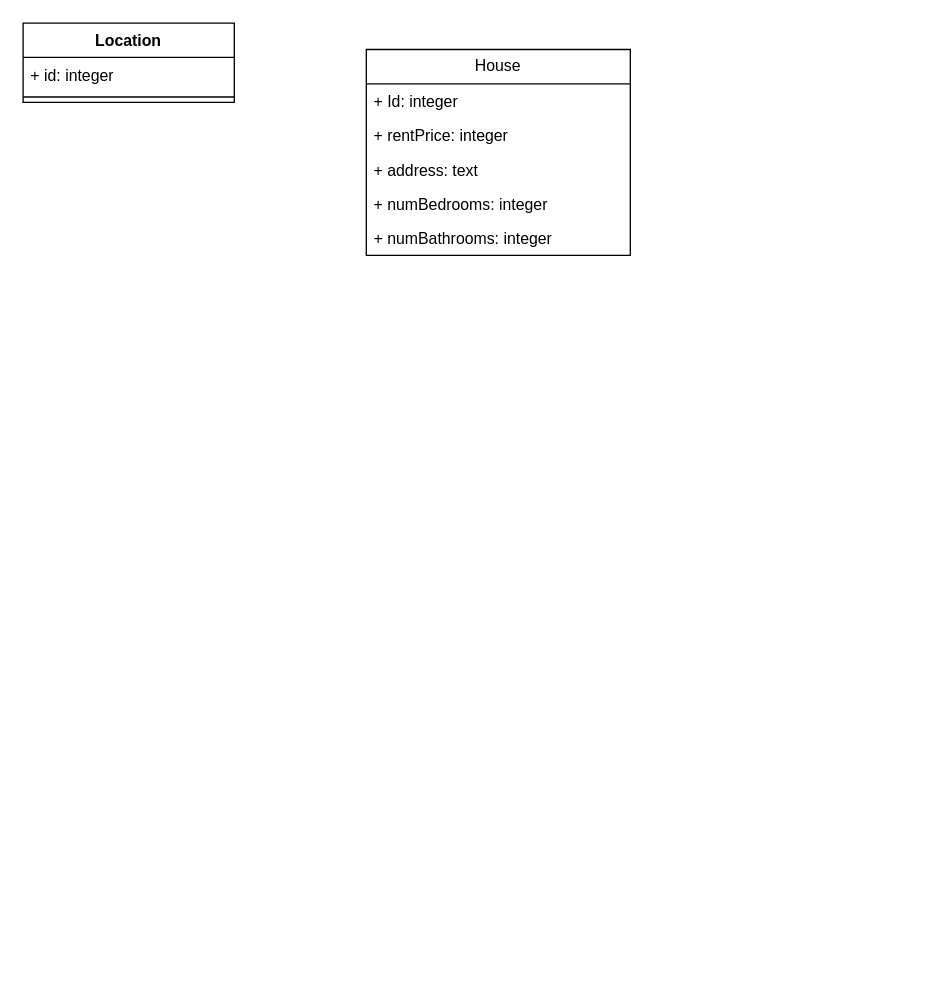
The draw.io diagram Untitled Diagram.drawio in sidofdountio/house-for-rent-backend, before the edit. Source tidied: cells renumbered, new cells numbered last; positions are measured from the earlier drawing's top-left corner, leaving out a move shared by most shapes. Both pictures are drawn from the tidied source at 132%, with x=0, y=0 at pixel (22, 22).
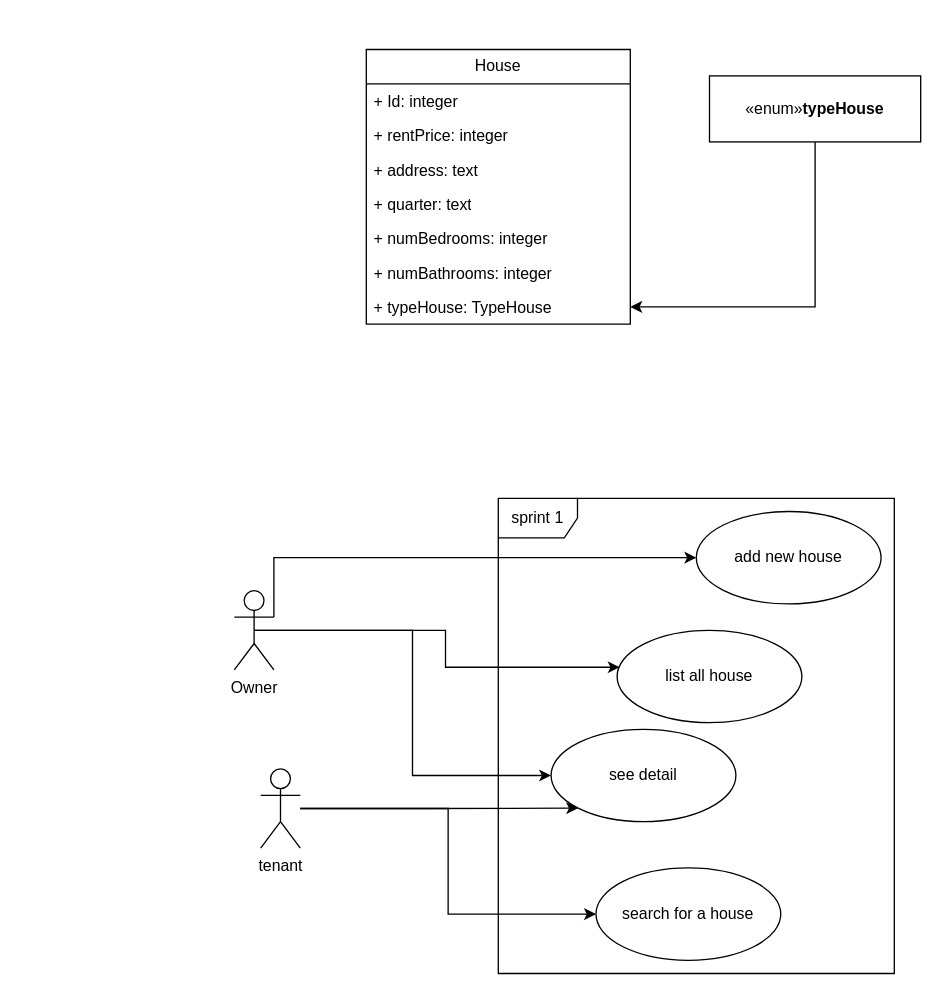
The same diagram, later.

The edit, as a diff of the source:
```diff
@@
     <mxCell id="2" value="House" style="swimlane;fontStyle=0;horizontal=1;startSize=26;fillColor=none;whiteSpace=wrap;html=1;" parent="1" vertex="1">
-      <mxGeometry x="260" y="20" width="200" height="156" as="geometry" />
+      <mxGeometry x="260" y="20" width="200" height="208" as="geometry" />
     </mxCell>
@@
+    <mxCell id="11" value="+ quarter: text" style="text;strokeColor=none;fillColor=none;align=left;verticalAlign=top;spacingLeft=4;spacingRight=4;overflow=hidden;whiteSpace=wrap;html=1;" parent="2" vertex="1">
+      <mxGeometry y="104" width="200" height="26" as="geometry" />
+    </mxCell>
     <mxCell id="6" value="+ numBedrooms: integer" style="text;strokeColor=none;fillColor=none;align=left;verticalAlign=top;spacingLeft=4;spacingRight=4;overflow=hidden;whiteSpace=wrap;html=1;" parent="2" vertex="1">
-      <mxGeometry y="104" width="200" height="26" as="geometry" />
+      <mxGeometry y="130" width="200" height="26" as="geometry" />
     </mxCell>
     <mxCell id="7" value="+ numBathrooms: integer" style="text;strokeColor=none;fillColor=none;align=left;verticalAlign=top;spacingLeft=4;spacingRight=4;overflow=hidden;whiteSpace=wrap;html=1;" parent="2" vertex="1">
-      <mxGeometry y="130" width="200" height="26" as="geometry" />
+      <mxGeometry y="156" width="200" height="26" as="geometry" />
     </mxCell>
-    <mxCell id="8" value="Location" style="swimlane;fontStyle=1;align=center;verticalAlign=top;horizontal=1;startSize=26;whiteSpace=wrap;html=1;" parent="1" vertex="1">
-      <mxGeometry width="160" height="60" as="geometry" />
-    </mxCell>
-    <mxCell id="9" value="+ id: integer" style="text;strokeColor=none;fillColor=none;align=left;verticalAlign=top;spacingLeft=4;spacingRight=4;overflow=hidden;whiteSpace=wrap;html=1;" parent="8" vertex="1">
-      <mxGeometry y="26" width="160" height="26" as="geometry" />
-    </mxCell>
-    <mxCell id="10" style="line;strokeWidth=1;fillColor=none;align=left;verticalAlign=middle;spacingTop=-1;spacingLeft=3;spacingRight=3;labelPosition=right;strokeColor=inherit;" parent="8" vertex="1">
-      <mxGeometry y="52" width="160" height="8" as="geometry" />
-    </mxCell>
+    <mxCell id="12" value="+ typeHouse: TypeHouse " style="text;strokeColor=none;fillColor=none;align=left;verticalAlign=top;spacingLeft=4;spacingRight=4;overflow=hidden;points=[[0,0.5],[1,0.5]];portConstraint=eastwest;whiteSpace=wrap;html=1;" parent="2" vertex="1">
+      <mxGeometry y="182" width="200" height="26" as="geometry" />
+    </mxCell>
+    <mxCell id="13" style="edgeStyle=orthogonalEdgeStyle;rounded=0;jettySize=auto;html=1;entryX=1;entryY=0.5;entryDx=0;entryDy=0;" parent="1" edge="1" source="14" target="12">
+      <mxGeometry relative="1" as="geometry" />
+    </mxCell>
+    <mxCell id="14" value="«enum»&lt;b&gt;typeHouse&lt;/b&gt;&lt;br&gt;&lt;b&gt;&lt;/b&gt;" style="html=1;whiteSpace=wrap;" parent="1" vertex="1">
+      <mxGeometry x="520" y="40" width="160" height="50" as="geometry" />
+    </mxCell>
+    <mxCell id="15" style="edgeStyle=orthogonalEdgeStyle;rounded=0;jettySize=auto;html=1;exitX=1;exitY=0.3333333333333333;exitDx=0;exitDy=0;exitPerimeter=0;entryX=0;entryY=0.5;entryDx=0;entryDy=0;" parent="1" edge="1" source="17" target="19">
+      <mxGeometry relative="1" as="geometry">
+        <Array as="points">
+          <mxPoint x="190" y="405" />
+        </Array>
+      </mxGeometry>
+    </mxCell>
+    <mxCell id="16" style="edgeStyle=orthogonalEdgeStyle;rounded=0;jettySize=auto;html=1;exitX=0.5;exitY=0.5;exitDx=0;exitDy=0;exitPerimeter=0;entryX=0;entryY=0.5;entryDx=0;entryDy=0;" parent="1" edge="1" source="17" target="22">
+      <mxGeometry relative="1" as="geometry" />
+    </mxCell>
+    <mxCell id="17" value="Owner" style="shape=umlActor;verticalLabelPosition=bottom;verticalAlign=top;html=1;" parent="1" vertex="1">
+      <mxGeometry x="160" y="430" width="30" height="60" as="geometry" />
+    </mxCell>
+    <mxCell id="18" value="sprint 1" style="shape=umlFrame;whiteSpace=wrap;html=1;" parent="1" vertex="1">
+      <mxGeometry x="360" y="360" width="300" height="360" as="geometry" />
+    </mxCell>
+    <mxCell id="19" value="add new house" style="ellipse;whiteSpace=wrap;html=1;" parent="1" vertex="1">
+      <mxGeometry x="510" y="370" width="140" height="70" as="geometry" />
+    </mxCell>
+    <mxCell id="20" value="list all house " style="ellipse;whiteSpace=wrap;html=1;" parent="1" vertex="1">
+      <mxGeometry x="450" y="460" width="140" height="70" as="geometry" />
+    </mxCell>
+    <mxCell id="21" value="search for a house" style="ellipse;whiteSpace=wrap;html=1;" parent="1" vertex="1">
+      <mxGeometry x="434" y="640" width="140" height="70" as="geometry" />
+    </mxCell>
+    <mxCell id="22" value="see detail" style="ellipse;whiteSpace=wrap;html=1;" parent="1" vertex="1">
+      <mxGeometry x="400" y="535" width="140" height="70" as="geometry" />
+    </mxCell>
+    <mxCell id="23" style="edgeStyle=orthogonalEdgeStyle;rounded=0;jettySize=auto;html=1;entryX=0;entryY=0.5;entryDx=0;entryDy=0;" parent="1" edge="1" source="24" target="21">
+      <mxGeometry relative="1" as="geometry" />
+    </mxCell>
+    <mxCell id="24" value="tenant" style="shape=umlActor;verticalLabelPosition=bottom;verticalAlign=top;html=1;" parent="1" vertex="1">
+      <mxGeometry x="180" y="565" width="30" height="60" as="geometry" />
+    </mxCell>
+    <mxCell id="25" style="edgeStyle=orthogonalEdgeStyle;rounded=0;jettySize=auto;html=1;entryX=0.014;entryY=0.4;entryDx=0;entryDy=0;entryPerimeter=0;exitX=0.5;exitY=0.5;exitDx=0;exitDy=0;exitPerimeter=0;" parent="1" edge="1" source="17" target="20">
+      <mxGeometry relative="1" as="geometry" />
+    </mxCell>
+    <mxCell id="26" style="edgeStyle=orthogonalEdgeStyle;rounded=0;jettySize=auto;html=1;entryX=0;entryY=1;entryDx=0;entryDy=0;" parent="1" edge="1" source="24" target="22">
+      <mxGeometry relative="1" as="geometry" />
+    </mxCell>
```
